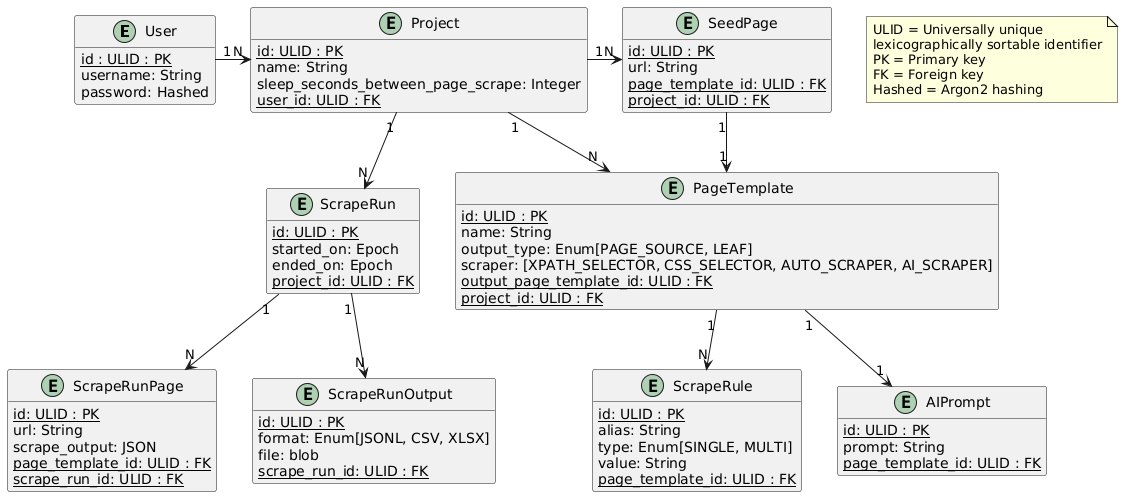
tejas0908/EasyScraper keeps this PlantUML diagram as docs/plantuml/output/db-schema.png. Above is the earlier version. Source of this version:
```plantuml
@startuml
entity User {
    {static} id : ULID : PK
    username: String
    password: Hashed
}
entity Project {
    {static} id: ULID : PK
    name: String
    sleep_seconds_between_page_scrape: Integer
    {static} user_id: ULID : FK
}
entity PageTemplate {
    {static} id: ULID : PK
    name: String
    output_type: Enum[PAGE_SOURCE, LEAF]
    scraper: [XPATH_SELECTOR, CSS_SELECTOR, AUTO_SCRAPER, AI_SCRAPER]
    {static} output_page_template_id: ULID : FK
    {static} project_id: ULID : FK
}
entity ScrapeRule {
    {static} id: ULID : PK
    alias: String
    type: Enum[SINGLE, MULTI]
    value: String
    {static} page_template_id: ULID : FK
}
entity AIPrompt {
    {static} id: ULID : PK
    prompt: String
    {static} page_template_id: ULID : FK
}
entity SeedPage {
    {static} id: ULID : PK
    url: String
    {static} page_template_id: ULID : FK
    {static} project_id: ULID : FK
}
entity ScrapeRun {
    {static} id: ULID : PK
    started_on: Epoch
    ended_on: Epoch
    {static} project_id: ULID : FK
}
entity ScrapeRunPage {
    {static} id: ULID : PK
    url: String
    scrape_output: JSON
    {static} page_template_id: ULID : FK
    {static} scrape_run_id: ULID : FK
}
entity ScrapeRunOutput {
    {static} id: ULID : PK
    format: Enum[JSONL, CSV, XLSX]
    file: blob
    {static} scrape_run_id: ULID : FK
}

User "1" -right-> "N" Project
Project "1" -down-> "N" PageTemplate
Project "1" -right-> "N" SeedPage
SeedPage "1" -down-> "1" PageTemplate
PageTemplate "1" --> "N" ScrapeRule
PageTemplate "1" --> "1" AIPrompt
Project "1" --> "N" ScrapeRun
ScrapeRun "1" --> "N" ScrapeRunPage
ScrapeRun "1" --> "N" ScrapeRunOutput

hide User methods
hide Project methods
hide PageTemplate methods
hide SeedPage methods
hide ScrapeRule methods
hide AIPrompt methods
hide ScrapeRun methods
hide ScrapeRunPage methods
hide ScrapeRunOutput methods

note as N1
    ULID = Universally unique
    lexicographically sortable identifier
    PK = Primary key
    FK = Foreign key
    Hashed = Argon2 hashing
end note
@enduml
```
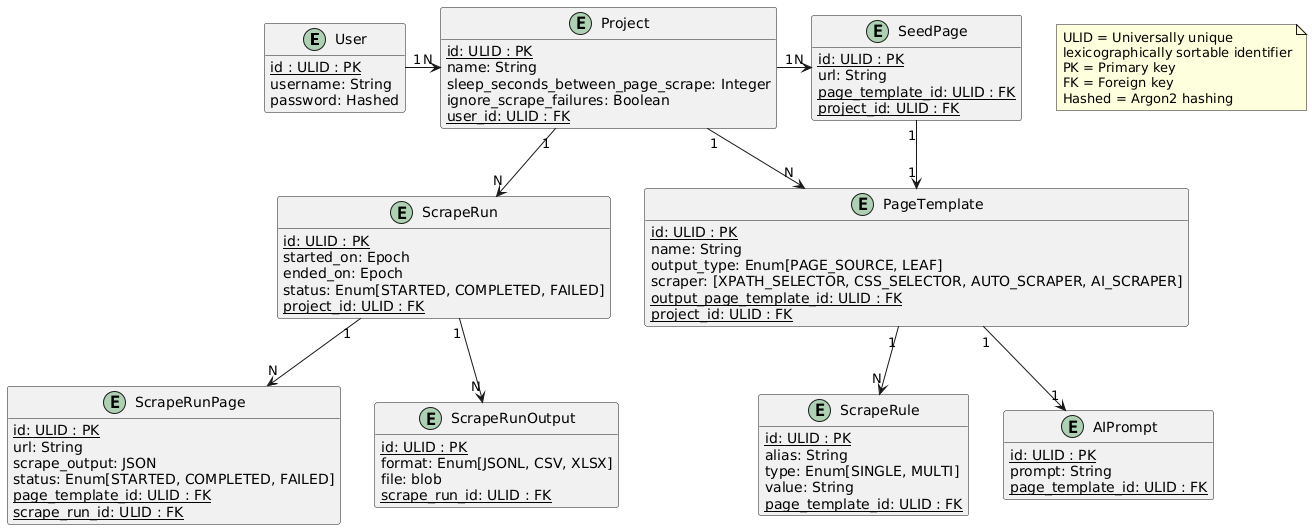
After the change.

The edit, as a diff of the source:
```diff
@@ -8,6 +8,7 @@
     {static} id: ULID : PK
     name: String
     sleep_seconds_between_page_scrape: Integer
+    ignore_scrape_failures: Boolean
     {static} user_id: ULID : FK
 }
 entity PageTemplate {
@@ -40,12 +41,14 @@
     {static} id: ULID : PK
     started_on: Epoch
     ended_on: Epoch
+    status: Enum[STARTED, COMPLETED, FAILED]
     {static} project_id: ULID : FK
 }
 entity ScrapeRunPage {
     {static} id: ULID : PK
     url: String
     scrape_output: JSON
+    status: Enum[STARTED, COMPLETED, FAILED]
     {static} page_template_id: ULID : FK
     {static} scrape_run_id: ULID : FK
 }
```
